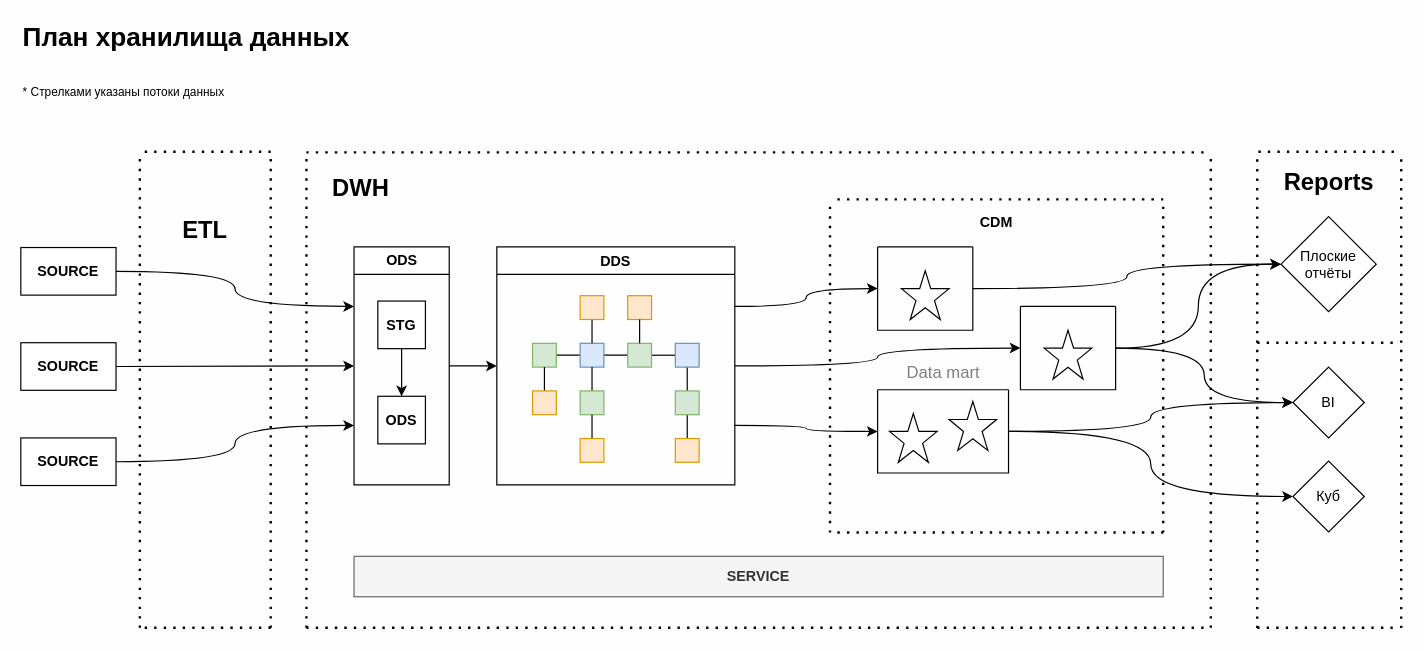
Before: page "Страница 1" (1 of 2) of DWH-architecture-business-steps.drawio in uyennt01/Project1, a draw.io diagram. Source tidied: cells renumbered, new cells numbered last; positions are measured from the earlier drawing's top-left corner, leaving out a move shared by most shapes. Both pictures are drawn from the tidied source at 119%, with x=0, y=0 at pixel (20, 20).
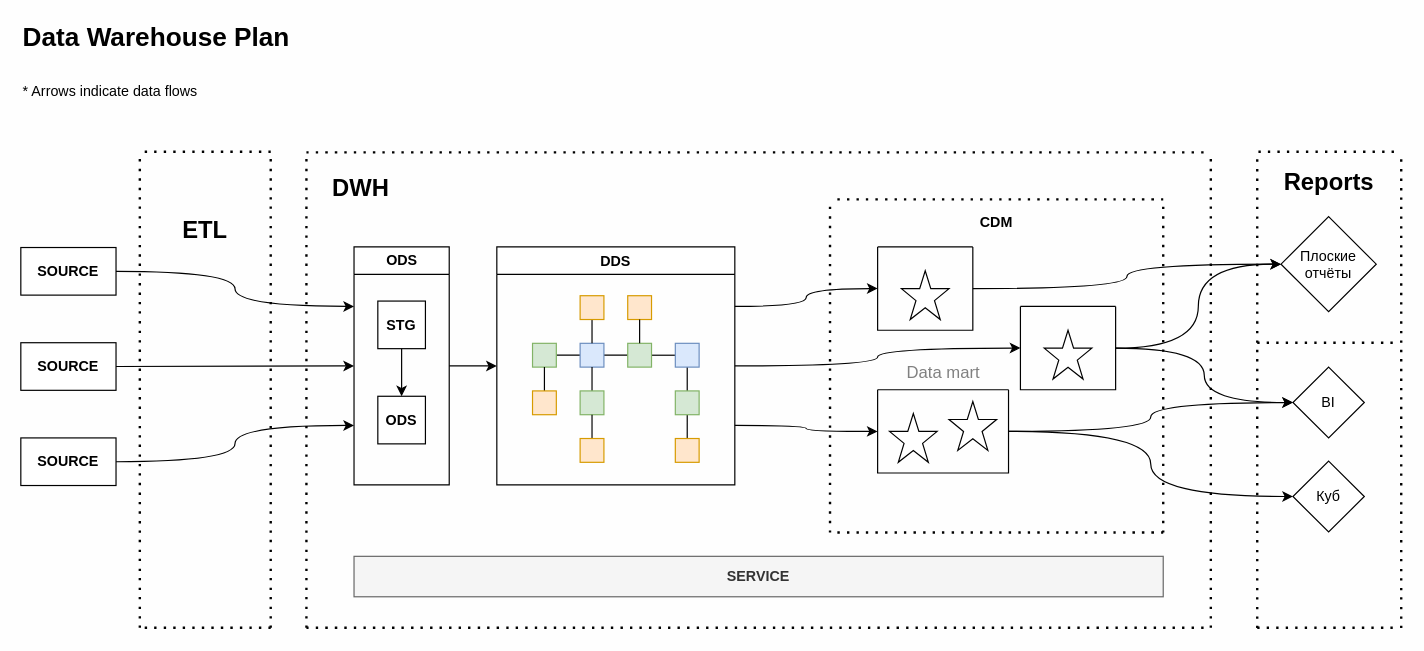
Above is the later version.

Diff of the diagram source:
```diff
@@
-    <mxCell id="65" value="План хранилища данных" style="text;html=1;strokeColor=none;fillColor=none;align=left;verticalAlign=middle;whiteSpace=wrap;fontSize=22;fontStyle=1;rounded=0;" parent="1" vertex="1">
+    <mxCell id="65" value="&lt;div class=&quot;srk_jie_guo_html&quot; id=&quot;jieguo_show_0_html&quot;&gt;Data Warehouse Plan&lt;/div&gt;" style="text;html=1;strokeColor=none;fillColor=none;align=left;verticalAlign=middle;whiteSpace=wrap;fontSize=22;fontStyle=1;rounded=0;" parent="1" vertex="1">
       <mxGeometry width="280" height="30" as="geometry" />
     </mxCell>
-    <mxCell id="66" value="&lt;span style=&quot;font-size: 10px;&quot;&gt;* Стрелками указаны потоки данных&lt;/span&gt;" style="text;html=1;strokeColor=none;fillColor=none;align=left;verticalAlign=middle;whiteSpace=wrap;shadow=0;glass=0;rounded=0;" parent="1" vertex="1">
+    <mxCell id="66" value="* Arrows indicate data flows" style="text;html=1;strokeColor=none;fillColor=none;align=left;verticalAlign=middle;whiteSpace=wrap;shadow=0;glass=0;rounded=0;" parent="1" vertex="1">
       <mxGeometry y="50" width="200" height="20" as="geometry" />
     </mxCell>
```
